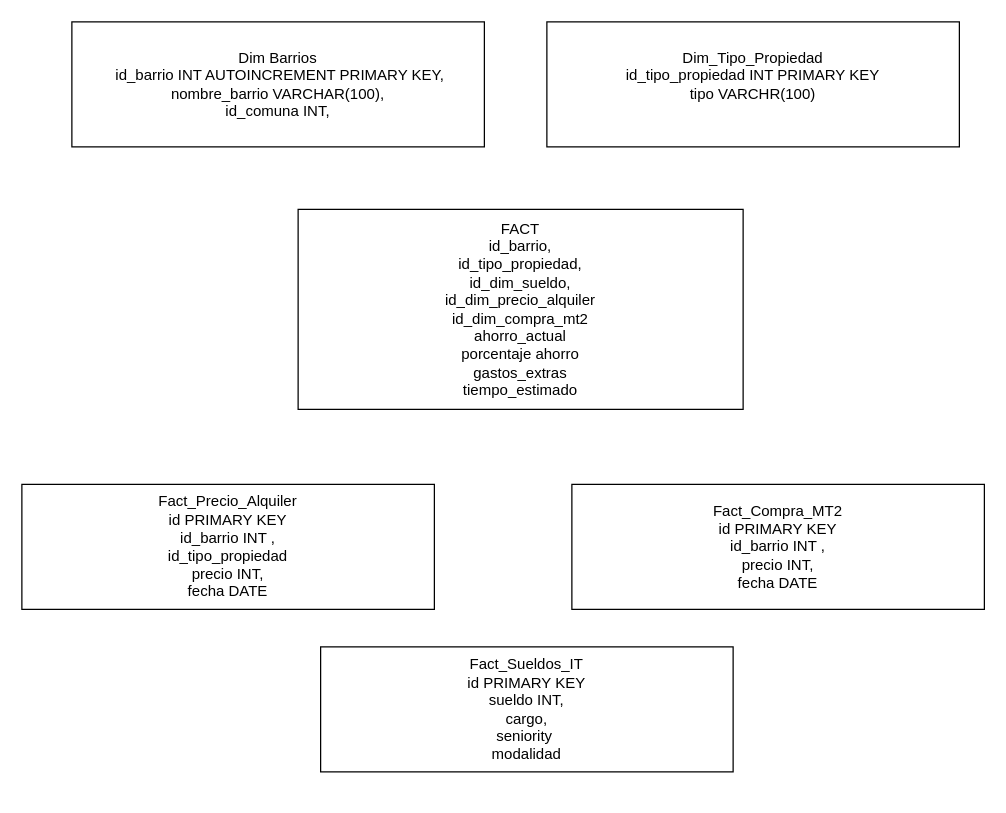
tiagocae32/Proyecto-Jupi keeps this draw.io diagram as Diagramas/Modelo de datos.drawio. Above is the earlier version. Source tidied: cells renumbered, new cells numbered last; positions are measured from the earlier drawing's top-left corner, leaving out a move shared by most shapes. Both pictures are drawn from the tidied source at 125%, with x=0, y=0 at pixel (21, 21).
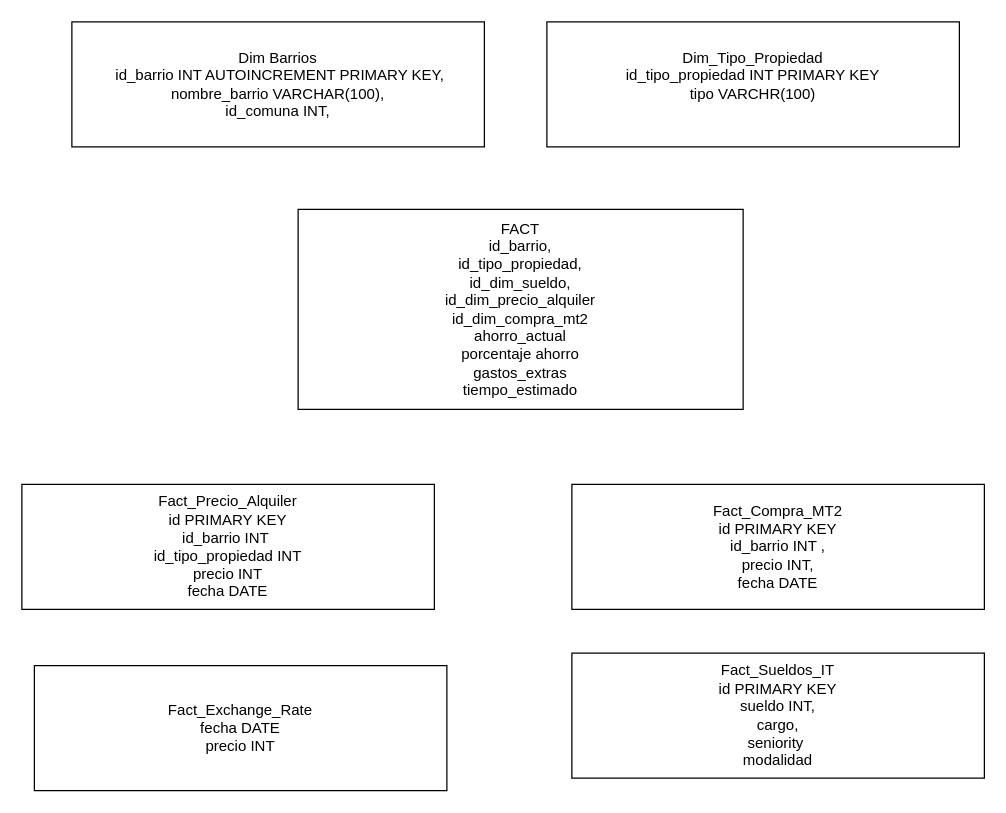
The same page after the edit.

Commit message (it also covers changes not shown here):
add python scrapping exchange rate

Diff of the diagram source:
```diff
@@
 <mxGraphModel>
   <root>
     <mxCell id="0" />
     <mxCell id="1" parent="0" />
     <mxCell id="2" value="Fact_Compra_MT2&lt;div&gt;id PRIMARY KEY&lt;/div&gt;&lt;div&gt;id_barrio INT ,&lt;/div&gt;&lt;div&gt;precio INT,&lt;/div&gt;&lt;div&gt;fecha DATE&lt;/div&gt;" style="rounded=0;whiteSpace=wrap;html=1;" parent="1" vertex="1">
       <mxGeometry x="440" y="370" width="330" height="100" as="geometry" />
     </mxCell>
     <mxCell id="3" value="Dim Barrios&lt;div&gt;&amp;nbsp;id_barrio &lt;span class=&quot;hljs-type&quot;&gt;INT&lt;/span&gt; AUTOINCREMENT &lt;span class=&quot;hljs-keyword&quot;&gt;PRIMARY&lt;/span&gt; KEY,&lt;br/&gt;    nombre_barrio &lt;span class=&quot;hljs-type&quot;&gt;VARCHAR&lt;/span&gt;(&lt;span class=&quot;hljs-number&quot;&gt;100&lt;/span&gt;),&lt;br/&gt;    id_comuna &lt;span class=&quot;hljs-type&quot;&gt;INT&lt;/span&gt;,&lt;/div&gt;" style="rounded=0;whiteSpace=wrap;html=1;" parent="1" vertex="1">
       <mxGeometry x="40" width="330" height="100" as="geometry" />
     </mxCell>
     <mxCell id="4" value="Dim_Tipo_Propiedad&lt;div&gt;id_tipo_propiedad INT PRIMARY KEY&lt;/div&gt;&lt;div&gt;tipo VARCHR(100)&lt;/div&gt;&lt;div&gt;&lt;br&gt;&lt;/div&gt;" style="rounded=0;whiteSpace=wrap;html=1;" parent="1" vertex="1">
       <mxGeometry x="420" width="330" height="100" as="geometry" />
     </mxCell>
-    <mxCell id="5" value="Fact_Precio_Alquiler&lt;div&gt;id PRIMARY KEY&lt;/div&gt;&lt;div&gt;id_barrio INT ,&lt;/div&gt;&lt;div&gt;id_tipo_propiedad&lt;/div&gt;&lt;div&gt;precio INT,&lt;/div&gt;&lt;div&gt;fecha DATE&lt;/div&gt;" style="rounded=0;whiteSpace=wrap;html=1;" parent="1" vertex="1">
+    <mxCell id="5" value="Fact_Precio_Alquiler&lt;div&gt;id PRIMARY KEY&lt;/div&gt;&lt;div&gt;id_barrio INT&amp;nbsp;&lt;/div&gt;&lt;div&gt;id_tipo_propiedad INT&lt;/div&gt;&lt;div&gt;precio INT&lt;/div&gt;&lt;div&gt;fecha DATE&lt;/div&gt;" style="rounded=0;whiteSpace=wrap;html=1;" parent="1" vertex="1">
       <mxGeometry y="370" width="330" height="100" as="geometry" />
     </mxCell>
     <mxCell id="6" value="FACT&lt;div&gt;id_barrio,&lt;/div&gt;&lt;div&gt;id_tipo_propiedad,&lt;/div&gt;&lt;div&gt;id_dim_sueldo,&lt;/div&gt;&lt;div&gt;id_dim_precio_alquiler&lt;/div&gt;&lt;div&gt;id_dim_compra_mt2&lt;/div&gt;&lt;div&gt;ahorro_actual&lt;/div&gt;&lt;div&gt;&lt;div&gt;porcentaje ahorro&lt;/div&gt;&lt;/div&gt;&lt;div&gt;&lt;span style=&quot;background-color: transparent; color: light-dark(rgb(0, 0, 0), rgb(255, 255, 255));&quot;&gt;gastos_extras&lt;/span&gt;&lt;/div&gt;&lt;div&gt;&lt;span style=&quot;background-color: transparent; color: light-dark(rgb(0, 0, 0), rgb(255, 255, 255));&quot;&gt;tiempo_estimado&lt;/span&gt;&lt;/div&gt;" style="rounded=0;whiteSpace=wrap;html=1;" parent="1" vertex="1">
       <mxGeometry x="221" y="150" width="356" height="160" as="geometry" />
     </mxCell>
     <mxCell id="7" value="Fact_Sueldos_IT&lt;div&gt;id PRIMARY KEY&lt;/div&gt;&lt;div&gt;sueldo INT,&lt;/div&gt;&lt;div&gt;cargo,&lt;/div&gt;&lt;div&gt;seniority&amp;nbsp;&lt;/div&gt;&lt;div&gt;modalidad&lt;/div&gt;" style="rounded=0;whiteSpace=wrap;html=1;" parent="1" vertex="1">
-      <mxGeometry x="239" y="500" width="330" height="100" as="geometry" />
+      <mxGeometry x="440" y="505" width="330" height="100" as="geometry" />
     </mxCell>
+    <mxCell id="8" value="Fact_Exchange_Rate&lt;div&gt;fecha DATE&lt;/div&gt;&lt;div&gt;precio INT&lt;/div&gt;" style="rounded=0;whiteSpace=wrap;html=1;" parent="1" vertex="1">
+      <mxGeometry x="10" y="515" width="330" height="100" as="geometry" />
+    </mxCell>
   </root>
 </mxGraphModel>
```
